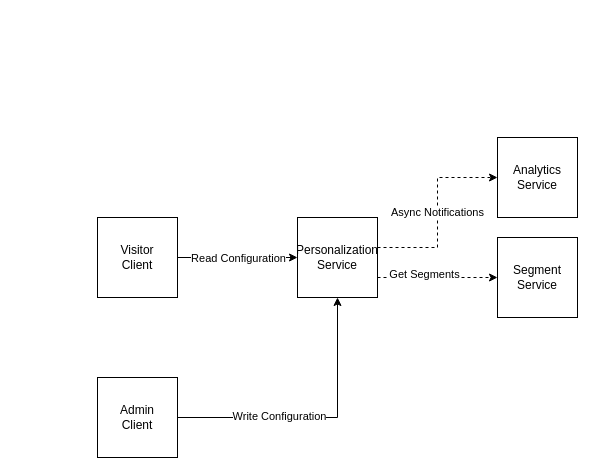
Above: page "Page-1" (1 of 2) of Untitled Diagram.drawio in DogaCUlupinar/Compiler (draw.io), before the change. Source tidied: cells renumbered, new cells numbered last; positions are measured from the earlier drawing's top-left corner, leaving out a move shared by most shapes. Both pictures are drawn from the tidied source at 100%, with x=0, y=0 at pixel (97, 137).
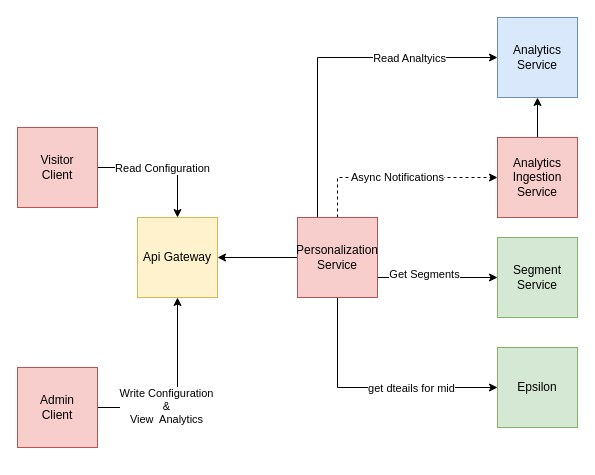
Above is the later version.

Commit message:
Website Personalization

The edit, as a diff of the source:
```diff
@@
-    <mxCell id="2" style="edgeStyle=orthogonalEdgeStyle;rounded=0;jettySize=auto;html=1;" parent="1" edge="1" source="4" target="8">
+    <mxCell id="2" style="edgeStyle=orthogonalEdgeStyle;rounded=0;jettySize=auto;html=1;entryX=0.5;entryY=0;entryDx=0;entryDy=0;" parent="1" edge="1" source="4" target="21">
       <mxGeometry relative="1" as="geometry" />
     </mxCell>
@@
-    <mxCell id="4" value="Visitor&lt;br&gt;Client" style="whiteSpace=wrap;html=1;" parent="1" vertex="1">
-      <mxGeometry y="80" width="80" height="80" as="geometry" />
+    <mxCell id="4" value="Visitor&lt;br&gt;Client" style="whiteSpace=wrap;html=1;fillColor=#f8cecc;strokeColor=#b85450;" parent="1" vertex="1">
+      <mxGeometry x="-80" y="-10" width="80" height="80" as="geometry" />
     </mxCell>
-    <mxCell id="5" value="Async Notifications" style="edgeStyle=orthogonalEdgeStyle;rounded=0;jettySize=auto;html=1;dashed=1;" parent="1" edge="1" source="8" target="12">
+    <mxCell id="5" value="Async Notifications" style="edgeStyle=orthogonalEdgeStyle;rounded=0;jettySize=auto;html=1;dashed=1;exitX=0.5;exitY=0;exitDx=0;exitDy=0;" parent="1" edge="1" source="8" target="12">
       <mxGeometry relative="1" as="geometry">
         <Array as="points">
-          <mxPoint x="340" y="110" />
-          <mxPoint x="340" y="40" />
+          <mxPoint x="240" y="40" />
         </Array>
       </mxGeometry>
     </mxCell>
-    <mxCell id="6" style="edgeStyle=orthogonalEdgeStyle;rounded=0;jettySize=auto;html=1;exitX=1;exitY=0.75;exitDx=0;exitDy=0;entryX=0;entryY=0.5;entryDx=0;entryDy=0;dashed=1;" parent="1" edge="1" source="8" target="13">
+    <mxCell id="6" style="edgeStyle=orthogonalEdgeStyle;rounded=0;jettySize=auto;html=1;exitX=1;exitY=0.75;exitDx=0;exitDy=0;entryX=0;entryY=0.5;entryDx=0;entryDy=0;" parent="1" edge="1" source="8" target="13">
       <mxGeometry relative="1" as="geometry" />
     </mxCell>
@@
+    <mxCell id="14" style="edgeStyle=orthogonalEdgeStyle;rounded=0;jettySize=auto;html=1;exitX=0.5;exitY=1;exitDx=0;exitDy=0;entryX=0;entryY=0.5;entryDx=0;entryDy=0;" parent="1" edge="1" source="8" target="20">
+      <mxGeometry relative="1" as="geometry" />
+    </mxCell>
+    <mxCell id="15" value="get dteails for mid" style="edgeLabel;html=1;align=center;verticalAlign=middle;" parent="14" vertex="1">
+      <mxGeometry x="0.22" y="-2" relative="1" as="geometry">
+        <mxPoint x="10" y="-2" as="offset" />
+      </mxGeometry>
+    </mxCell>
+    <mxCell id="16" style="edgeStyle=orthogonalEdgeStyle;rounded=0;jettySize=auto;html=1;" parent="1" edge="1" source="8" target="21">
+      <mxGeometry relative="1" as="geometry" />
+    </mxCell>
+    <mxCell id="17" style="edgeStyle=orthogonalEdgeStyle;rounded=0;jettySize=auto;html=1;exitX=0.25;exitY=0;exitDx=0;exitDy=0;entryX=0;entryY=0.5;entryDx=0;entryDy=0;" parent="1" edge="1" source="8" target="22">
+      <mxGeometry relative="1" as="geometry" />
+    </mxCell>
+    <mxCell id="18" value="Read Analtyics" style="edgeLabel;html=1;align=center;verticalAlign=middle;" parent="17" vertex="1">
+      <mxGeometry x="0.28" y="-1" relative="1" as="geometry">
+        <mxPoint x="33" y="-1" as="offset" />
+      </mxGeometry>
+    </mxCell>
-    <mxCell id="8" value="Personalization&lt;br&gt;Service" style="whiteSpace=wrap;html=1;" parent="1" vertex="1">
+    <mxCell id="8" value="Personalization&lt;br&gt;Service" style="whiteSpace=wrap;html=1;fillColor=#f8cecc;strokeColor=#b85450;" parent="1" vertex="1">
       <mxGeometry x="200" y="80" width="80" height="80" as="geometry" />
     </mxCell>
-    <mxCell id="9" style="edgeStyle=orthogonalEdgeStyle;rounded=0;jettySize=auto;html=1;exitX=1;exitY=0.5;exitDx=0;exitDy=0;" parent="1" edge="1" source="11" target="8">
+    <mxCell id="9" style="edgeStyle=orthogonalEdgeStyle;rounded=0;jettySize=auto;html=1;exitX=1;exitY=0.5;exitDx=0;exitDy=0;entryX=0.5;entryY=1;entryDx=0;entryDy=0;" parent="1" edge="1" source="11" target="21">
       <mxGeometry relative="1" as="geometry" />
     </mxCell>
-    <mxCell id="10" value="Write Configuration" style="edgeLabel;html=1;align=center;verticalAlign=middle;" parent="9" vertex="1">
+    <mxCell id="10" value="Write Configuration &lt;br&gt;&amp;amp; &lt;br&gt;View&amp;nbsp; Analytics" style="edgeLabel;html=1;align=center;verticalAlign=middle;" parent="9" vertex="1">
       <mxGeometry x="-0.28" y="2" relative="1" as="geometry" />
     </mxCell>
-    <mxCell id="11" value="Admin&lt;br&gt;Client" style="whiteSpace=wrap;html=1;" parent="1" vertex="1">
-      <mxGeometry y="240" width="80" height="80" as="geometry" />
+    <mxCell id="11" value="Admin&lt;br&gt;Client" style="whiteSpace=wrap;html=1;fillColor=#f8cecc;strokeColor=#b85450;" parent="1" vertex="1">
+      <mxGeometry x="-80" y="230" width="80" height="80" as="geometry" />
     </mxCell>
+    <mxCell id="19" style="edgeStyle=orthogonalEdgeStyle;rounded=0;jettySize=auto;html=1;" parent="1" edge="1" source="12" target="22">
+      <mxGeometry relative="1" as="geometry" />
+    </mxCell>
-    <mxCell id="12" value="Analytics Service" style="whiteSpace=wrap;html=1;" parent="1" vertex="1">
+    <mxCell id="12" value="Analytics Ingestion Service" style="whiteSpace=wrap;html=1;fillColor=#f8cecc;strokeColor=#b85450;" parent="1" vertex="1">
       <mxGeometry x="400" width="80" height="80" as="geometry" />
     </mxCell>
-    <mxCell id="13" value="Segment Service" style="whiteSpace=wrap;html=1;" parent="1" vertex="1">
+    <mxCell id="13" value="Segment Service" style="whiteSpace=wrap;html=1;fillColor=#d5e8d4;strokeColor=#82b366;" parent="1" vertex="1">
       <mxGeometry x="400" y="100" width="80" height="80" as="geometry" />
     </mxCell>
+    <mxCell id="20" value="Epsilon" style="whiteSpace=wrap;html=1;fillColor=#d5e8d4;strokeColor=#82b366;" parent="1" vertex="1">
+      <mxGeometry x="400" y="210" width="80" height="80" as="geometry" />
+    </mxCell>
+    <mxCell id="21" value="Api Gateway" style="whiteSpace=wrap;html=1;fillColor=#fff2cc;strokeColor=#d6b656;" parent="1" vertex="1">
+      <mxGeometry x="40" y="80" width="80" height="80" as="geometry" />
+    </mxCell>
+    <mxCell id="22" value="Analytics Service" style="whiteSpace=wrap;html=1;fillColor=#dae8fc;strokeColor=#6c8ebf;" parent="1" vertex="1">
+      <mxGeometry x="400" y="-120" width="80" height="80" as="geometry" />
+    </mxCell>
```
